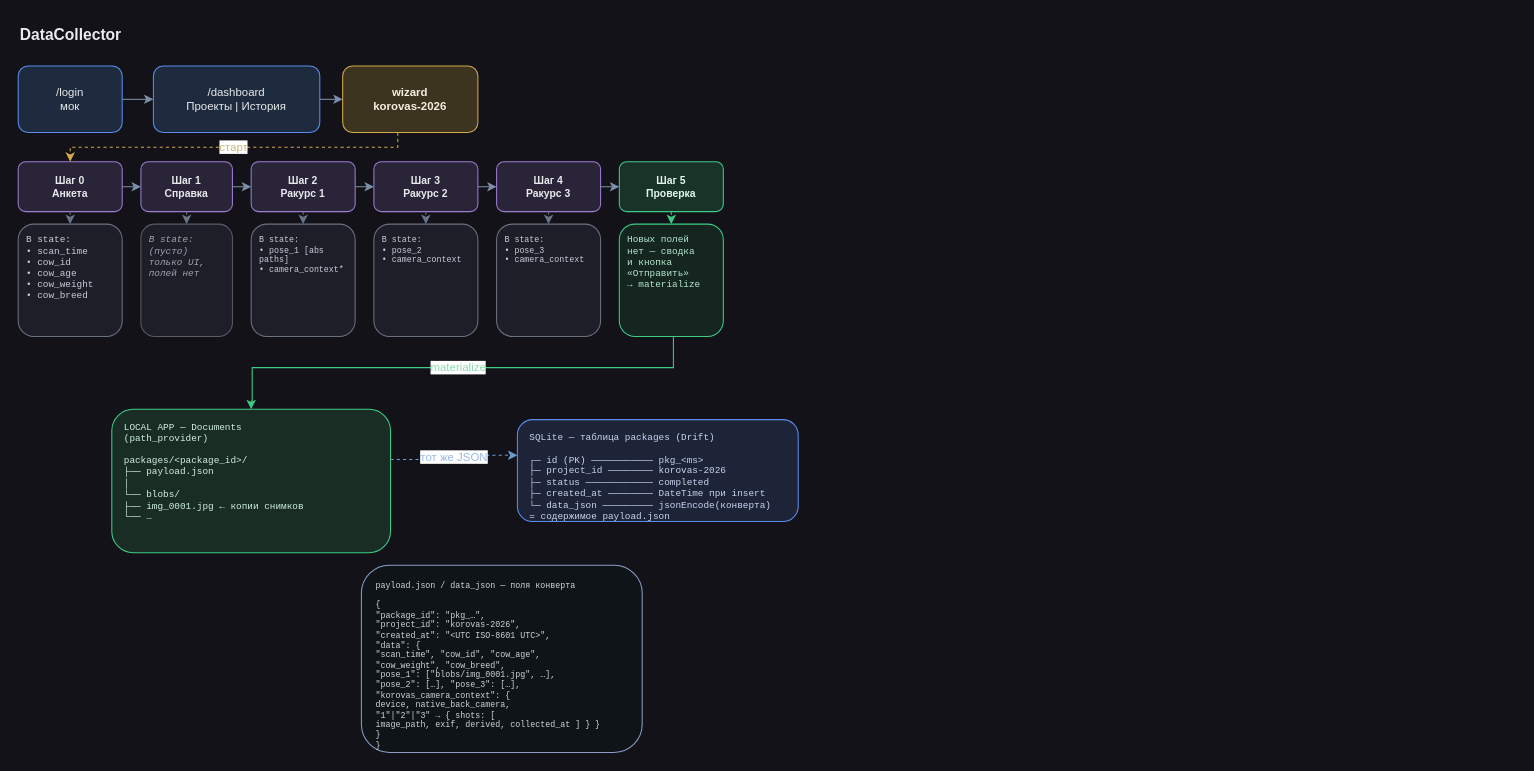
epoch8/data-collector keeps this draw.io diagram as specs/korovas/v0_shema.drawio. Above is the earlier version. Source tidied: cells renumbered, new cells numbered last; positions are measured from the earlier drawing's top-left corner, leaving out a move shared by most shapes. Both pictures are drawn from the tidied source at 104%, with x=0, y=0 at pixel (18, 18).
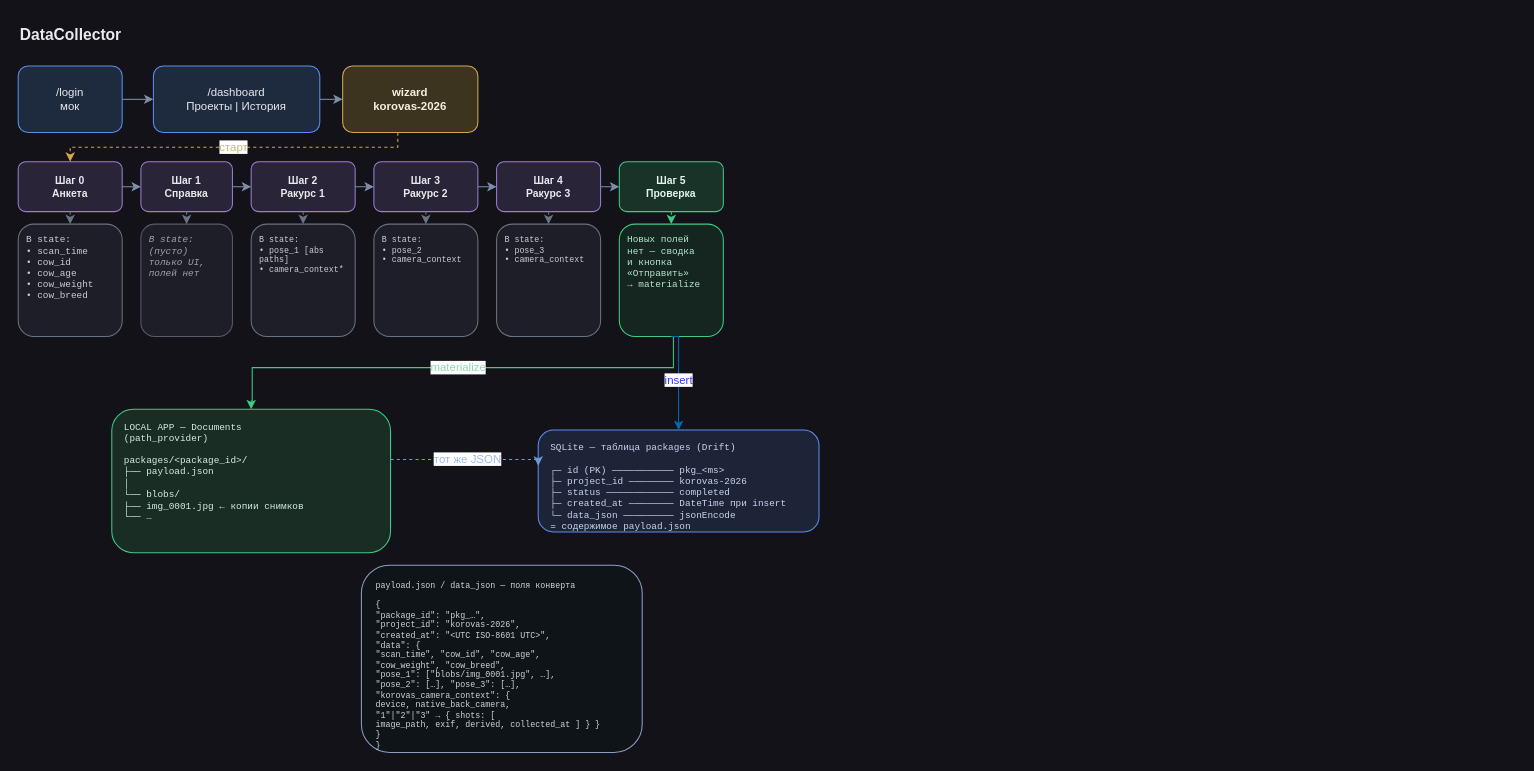
After the change.

Unchanged cells that the change refers to:
```xml
<mxCell id="25" value="Новых полей&#10;нет — сводка&#10;и кнопка&#10;«Отправить»&#10;→ materialize" style="rounded=1;whiteSpace=wrap;html=1;align=left;verticalAlign=top;spacingLeft=6;spacingTop=4;fillColor=#14261f;strokeColor=#3DCC85;fontSize=9;fontColor=#B8E8D0;fontFamily=Courier New;" parent="1" vertex="1">
  <mxGeometry x="578" y="198" width="100" height="108" as="geometry" />
</mxCell>
<mxCell id="32" value="LOCAL APP — Documents&lt;br&gt;(path_provider)&lt;br&gt;&lt;br&gt;packages/&amp;lt;package_id&amp;gt;/&lt;br&gt;├── payload.json&lt;br&gt;│&amp;nbsp;&lt;br&gt;└── blobs/&lt;br&gt;      ├── img_0001.jpg  ← копии снимков&lt;br&gt;      └── …&lt;br&gt;&lt;br&gt;" style="rounded=1;whiteSpace=wrap;html=1;align=left;verticalAlign=top;spacingLeft=10;spacingTop=6;fillColor=#1a2d24;strokeColor=#3DCC85;fontSize=9;fontColor=#D1F0E0;fontFamily=Courier New;" parent="1" vertex="1">
  <mxGeometry x="90" y="376" width="268" height="138" as="geometry" />
</mxCell>
```

The edit, as a diff of the source:
```diff
@@
-    <mxCell id="33" value="SQLite — таблица packages (Drift)&lt;br&gt;&lt;br&gt;┌─ id (PK) ─────────── pkg_&amp;lt;ms&amp;gt;&lt;br&gt;├─ project_id ──────── korovas-2026&lt;br&gt;├─ status ──────────── completed&lt;br&gt;├─ created_at ──────── DateTime при insert&lt;br&gt;└─ data_json ─────────&amp;nbsp;jsonEncode(конверта)&lt;br&gt;       = содержимое payload.json" style="rounded=1;whiteSpace=wrap;html=1;align=left;verticalAlign=top;spacingLeft=10;spacingTop=6;fillColor=#1e2438;strokeColor=#5B8DEF;fontSize=9;fontColor=#C8D4F0;fontFamily=Courier New;" parent="1" vertex="1">
-      <mxGeometry x="480" y="386" width="270" height="98" as="geometry" />
+    <mxCell id="33" value="SQLite — таблица packages (Drift)&lt;br&gt;&lt;br&gt;┌─ id (PK) ─────────── pkg_&amp;lt;ms&amp;gt;&lt;br&gt;├─ project_id ──────── korovas-2026&lt;br&gt;├─ status ──────────── completed&lt;br&gt;├─ created_at ──────── DateTime при insert&lt;br&gt;└─ data_json ─────────&amp;nbsp;jsonEncode&lt;br&gt;       = содержимое payload.json" style="rounded=1;whiteSpace=wrap;html=1;align=left;verticalAlign=top;spacingLeft=10;spacingTop=6;fillColor=#1e2438;strokeColor=#5B8DEF;fontSize=9;fontColor=#C8D4F0;fontFamily=Courier New;" parent="1" vertex="1">
+      <mxGeometry x="500" y="396" width="270" height="98" as="geometry" />
     </mxCell>
@@
     <mxCell id="36" value="тот же JSON" style="edgeStyle=orthogonalEdgeStyle;rounded=0;html=1;dashed=1;strokeColor=#6B9BD1;fontColor=#9BB8E8;endArrow=classic;exitX=1;exitY=0.35;entryX=0;entryY=0.35;" parent="1" edge="1" source="32" target="33">
-      <mxGeometry relative="1" as="geometry" />
+      <mxGeometry relative="1" as="geometry">
+        <Array as="points">
+          <mxPoint x="500" y="424" />
+        </Array>
+      </mxGeometry>
     </mxCell>
+    <mxCell id="37" value="&lt;font color=&quot;#3333ff&quot;&gt;insert&lt;/font&gt;" style="edgeStyle=orthogonalEdgeStyle;rounded=0;html=1;strokeColor=#006EAF;fontColor=#8FD9B0;endArrow=classic;exitX=0.5;exitY=1;entryX=0.5;entryY=0;exitDx=0;exitDy=0;entryDx=0;entryDy=0;fillColor=#1ba1e2;" parent="1" edge="1" source="25" target="33">
+      <mxGeometry relative="1" as="geometry">
+        <Array as="points">
+          <mxPoint x="635" y="306" />
+        </Array>
+      </mxGeometry>
+    </mxCell>
```
